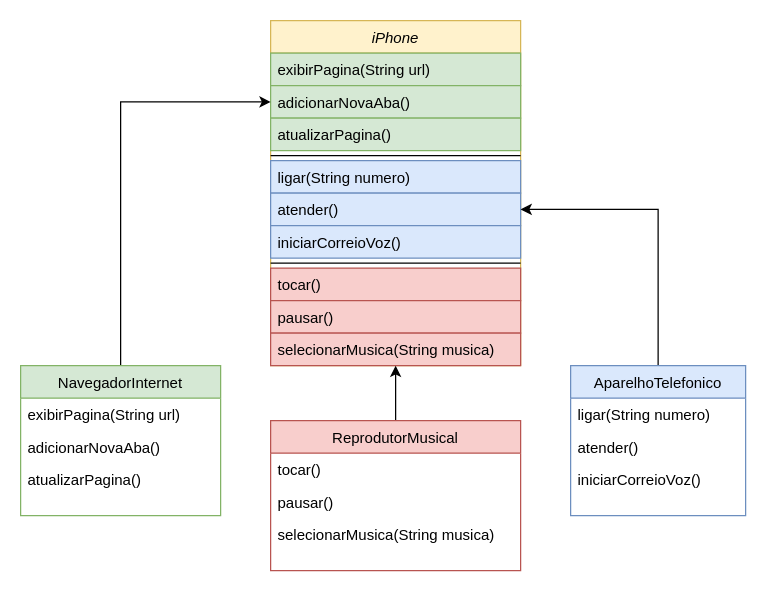
Earlier version of the draw.io diagram Diagrama sem nome.drawio (DevFelipeF/repo-local). Source tidied: cells renumbered, new cells numbered last; positions are measured from the earlier drawing's top-left corner, leaving out a move shared by most shapes. Both pictures are drawn from the tidied source at 125%, with x=0, y=0 at pixel (20, 20).
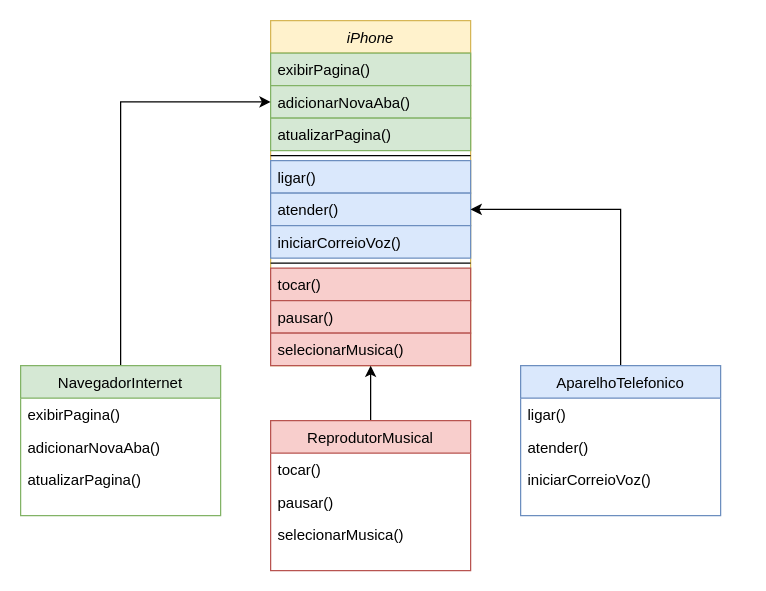
Above is the later version.

Unchanged cells that the change refers to:
```xml
<mxCell id="25" value="NavegadorInternet&#10;" style="swimlane;fontStyle=0;align=center;verticalAlign=top;horizontal=1;startSize=26;rounded=0;shadow=0;strokeWidth=1;fillColor=#d5e8d4;strokeColor=#82b366;" parent="1" vertex="1">
  <mxGeometry y="276" width="160" height="120" as="geometry" />
</mxCell>
```

What changed in the source:
```diff
@@
     <mxCell id="2" value="iPhone&#10;" style="swimlane;fontStyle=2;align=center;verticalAlign=top;horizontal=1;startSize=26;rounded=0;shadow=0;strokeWidth=1;fillColor=#fff2cc;strokeColor=#d6b656;" parent="1" vertex="1">
-      <mxGeometry x="200" width="200" height="276" as="geometry" />
+      <mxGeometry x="200" width="160" height="276" as="geometry" />
     </mxCell>
-    <mxCell id="3" value="exibirPagina(String url)&#10;" style="text;align=left;verticalAlign=top;spacingLeft=4;spacingRight=4;overflow=hidden;rounded=0;shadow=0;html=0;fillColor=#d5e8d4;strokeColor=#82b366;" parent="2" vertex="1">
-      <mxGeometry y="26" width="200" height="26" as="geometry" />
+    <mxCell id="3" value="exibirPagina()&#10;" style="text;align=left;verticalAlign=top;spacingLeft=4;spacingRight=4;overflow=hidden;rounded=0;shadow=0;html=0;fillColor=#d5e8d4;strokeColor=#82b366;" parent="2" vertex="1">
+      <mxGeometry y="26" width="160" height="26" as="geometry" />
     </mxCell>
     <mxCell id="4" value="adicionarNovaAba()&#10;" style="text;align=left;verticalAlign=top;spacingLeft=4;spacingRight=4;overflow=hidden;points=[[0,0.5],[1,0.5]];portConstraint=eastwest;rounded=0;shadow=0;html=0;fillColor=#d5e8d4;strokeColor=#82b366;" parent="2" vertex="1">
-      <mxGeometry y="52" width="200" height="26" as="geometry" />
+      <mxGeometry y="52" width="160" height="26" as="geometry" />
     </mxCell>
     <mxCell id="5" value="atualizarPagina()&#10;" style="text;align=left;verticalAlign=top;spacingLeft=4;spacingRight=4;overflow=hidden;rounded=0;shadow=0;html=0;fillColor=#d5e8d4;strokeColor=#82b366;" parent="2" vertex="1">
-      <mxGeometry y="78" width="200" height="26" as="geometry" />
+      <mxGeometry y="78" width="160" height="26" as="geometry" />
     </mxCell>
     <mxCell id="6" style="line;html=1;strokeWidth=1;align=left;verticalAlign=middle;spacingTop=-1;spacingLeft=3;spacingRight=3;labelPosition=right;" parent="2" vertex="1">
-      <mxGeometry y="104" width="200" height="8" as="geometry" />
+      <mxGeometry y="104" width="160" height="8" as="geometry" />
     </mxCell>
-    <mxCell id="7" value="ligar(String numero)" style="text;align=left;verticalAlign=top;spacingLeft=4;spacingRight=4;overflow=hidden;fillColor=#dae8fc;strokeColor=#6c8ebf;" parent="2" vertex="1">
-      <mxGeometry y="112" width="200" height="26" as="geometry" />
+    <mxCell id="7" value="ligar()" style="text;align=left;verticalAlign=top;spacingLeft=4;spacingRight=4;overflow=hidden;fillColor=#dae8fc;strokeColor=#6c8ebf;" parent="2" vertex="1">
+      <mxGeometry y="112" width="160" height="26" as="geometry" />
     </mxCell>
     <mxCell id="8" value="atender()&#10;" style="text;align=left;verticalAlign=top;spacingLeft=4;spacingRight=4;overflow=hidden;points=[[0,0.5],[1,0.5]];portConstraint=eastwest;rounded=0;shadow=0;html=0;fillColor=#dae8fc;strokeColor=#6c8ebf;" parent="2" vertex="1">
-      <mxGeometry y="138" width="200" height="26" as="geometry" />
+      <mxGeometry y="138" width="160" height="26" as="geometry" />
     </mxCell>
     <mxCell id="9" value="iniciarCorreioVoz()" style="text;align=left;verticalAlign=top;spacingLeft=4;spacingRight=4;overflow=hidden;rounded=0;shadow=0;html=0;fillColor=#dae8fc;strokeColor=#6c8ebf;" parent="2" vertex="1">
-      <mxGeometry y="164" width="200" height="26" as="geometry" />
+      <mxGeometry y="164" width="160" height="26" as="geometry" />
     </mxCell>
     <mxCell id="10" style="line;html=1;strokeWidth=1;align=left;verticalAlign=middle;spacingTop=-1;spacingLeft=3;spacingRight=3;labelPosition=right;" parent="2" vertex="1">
-      <mxGeometry y="190" width="200" height="8" as="geometry" />
+      <mxGeometry y="190" width="160" height="8" as="geometry" />
     </mxCell>
     <mxCell id="11" value="tocar()&#10;" style="text;align=left;verticalAlign=top;spacingLeft=4;spacingRight=4;overflow=hidden;fillColor=#f8cecc;strokeColor=#b85450;" parent="2" vertex="1">
-      <mxGeometry y="198" width="200" height="26" as="geometry" />
+      <mxGeometry y="198" width="160" height="26" as="geometry" />
     </mxCell>
     <mxCell id="12" value="pausar()" style="text;align=left;verticalAlign=top;spacingLeft=4;spacingRight=4;overflow=hidden;rounded=0;shadow=0;html=0;fillColor=#f8cecc;strokeColor=#b85450;" parent="2" vertex="1">
-      <mxGeometry y="224" width="200" height="26" as="geometry" />
+      <mxGeometry y="224" width="160" height="26" as="geometry" />
     </mxCell>
-    <mxCell id="13" value="selecionarMusica(String musica)" style="text;align=left;verticalAlign=top;spacingLeft=4;spacingRight=4;overflow=hidden;rounded=0;shadow=0;html=0;fillColor=#f8cecc;strokeColor=#b85450;" parent="2" vertex="1">
-      <mxGeometry y="250" width="200" height="26" as="geometry" />
+    <mxCell id="13" value="selecionarMusica()" style="text;align=left;verticalAlign=top;spacingLeft=4;spacingRight=4;overflow=hidden;rounded=0;shadow=0;html=0;fillColor=#f8cecc;strokeColor=#b85450;" parent="2" vertex="1">
+      <mxGeometry y="250" width="160" height="26" as="geometry" />
     </mxCell>
@@
     <mxCell id="15" value="AparelhoTelefonico" style="swimlane;fontStyle=0;align=center;verticalAlign=top;horizontal=1;startSize=26;rounded=0;shadow=0;strokeWidth=1;fillColor=#dae8fc;strokeColor=#6c8ebf;" parent="1" vertex="1">
-      <mxGeometry x="440" y="276" width="140" height="120" as="geometry" />
+      <mxGeometry x="400" y="276" width="160" height="120" as="geometry" />
     </mxCell>
-    <mxCell id="16" value="ligar(String numero)" style="text;align=left;verticalAlign=top;spacingLeft=4;spacingRight=4;overflow=hidden;" parent="15" vertex="1">
-      <mxGeometry y="26" width="140" height="26" as="geometry" />
+    <mxCell id="16" value="ligar()" style="text;align=left;verticalAlign=top;spacingLeft=4;spacingRight=4;overflow=hidden;" parent="15" vertex="1">
+      <mxGeometry y="26" width="160" height="26" as="geometry" />
     </mxCell>
     <mxCell id="17" value="atender()&#10;" style="text;align=left;verticalAlign=top;spacingLeft=4;spacingRight=4;overflow=hidden;rounded=0;shadow=0;html=0;" parent="15" vertex="1">
-      <mxGeometry y="52" width="140" height="26" as="geometry" />
+      <mxGeometry y="52" width="160" height="26" as="geometry" />
     </mxCell>
     <mxCell id="18" value="iniciarCorreioVoz()" style="text;align=left;verticalAlign=top;spacingLeft=4;spacingRight=4;overflow=hidden;rounded=0;shadow=0;html=0;" parent="15" vertex="1">
-      <mxGeometry y="78" width="140" height="26" as="geometry" />
+      <mxGeometry y="78" width="160" height="26" as="geometry" />
     </mxCell>
@@
     <mxCell id="20" value="ReprodutorMusical" style="swimlane;fontStyle=0;align=center;verticalAlign=top;horizontal=1;startSize=26;rounded=0;shadow=0;strokeWidth=1;fillColor=#f8cecc;strokeColor=#b85450;" parent="1" vertex="1">
-      <mxGeometry x="200" y="320" width="200" height="120" as="geometry" />
+      <mxGeometry x="200" y="320" width="160" height="120" as="geometry" />
     </mxCell>
     <mxCell id="21" value="tocar()&#10;" style="text;align=left;verticalAlign=top;spacingLeft=4;spacingRight=4;overflow=hidden;" parent="20" vertex="1">
-      <mxGeometry y="26" width="200" height="26" as="geometry" />
+      <mxGeometry y="26" width="160" height="26" as="geometry" />
     </mxCell>
     <mxCell id="22" value="pausar()" style="text;align=left;verticalAlign=top;spacingLeft=4;spacingRight=4;overflow=hidden;rounded=0;shadow=0;html=0;" parent="20" vertex="1">
-      <mxGeometry y="52" width="200" height="26" as="geometry" />
+      <mxGeometry y="52" width="160" height="26" as="geometry" />
     </mxCell>
-    <mxCell id="23" value="selecionarMusica(String musica)" style="text;align=left;verticalAlign=top;spacingLeft=4;spacingRight=4;overflow=hidden;rounded=0;shadow=0;html=0;" parent="20" vertex="1">
-      <mxGeometry y="78" width="200" height="26" as="geometry" />
+    <mxCell id="23" value="selecionarMusica()" style="text;align=left;verticalAlign=top;spacingLeft=4;spacingRight=4;overflow=hidden;rounded=0;shadow=0;html=0;" parent="20" vertex="1">
+      <mxGeometry y="78" width="160" height="26" as="geometry" />
     </mxCell>
@@
-    <mxCell id="26" value="exibirPagina(String url)&#10;" style="text;align=left;verticalAlign=top;spacingLeft=4;spacingRight=4;overflow=hidden;rounded=0;shadow=0;html=0;" parent="25" vertex="1">
+    <mxCell id="26" value="exibirPagina()&#10;" style="text;align=left;verticalAlign=top;spacingLeft=4;spacingRight=4;overflow=hidden;rounded=0;shadow=0;html=0;" parent="25" vertex="1">
       <mxGeometry y="26" width="160" height="26" as="geometry" />
     </mxCell>
```
